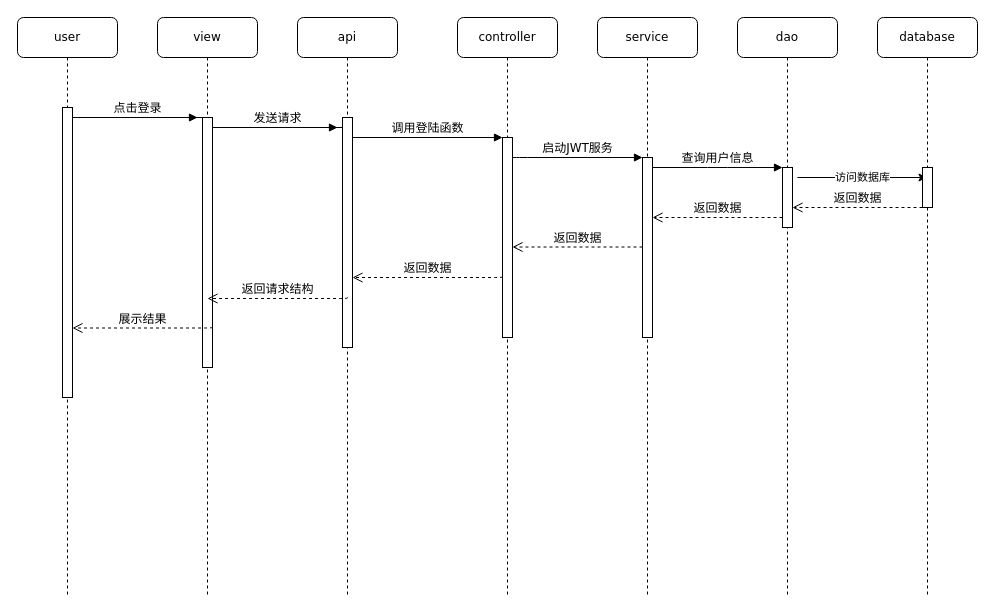
The draw.io diagram 毕业设计CQUPT/管理个人信息时序图.drawio in myjdml/drowio, before the edit. Source tidied: cells renumbered, new cells numbered last; positions are measured from the earlier drawing's top-left corner, leaving out a move shared by most shapes. Both pictures are drawn from the tidied source at 100%, with x=0, y=0 at pixel (17, 17).
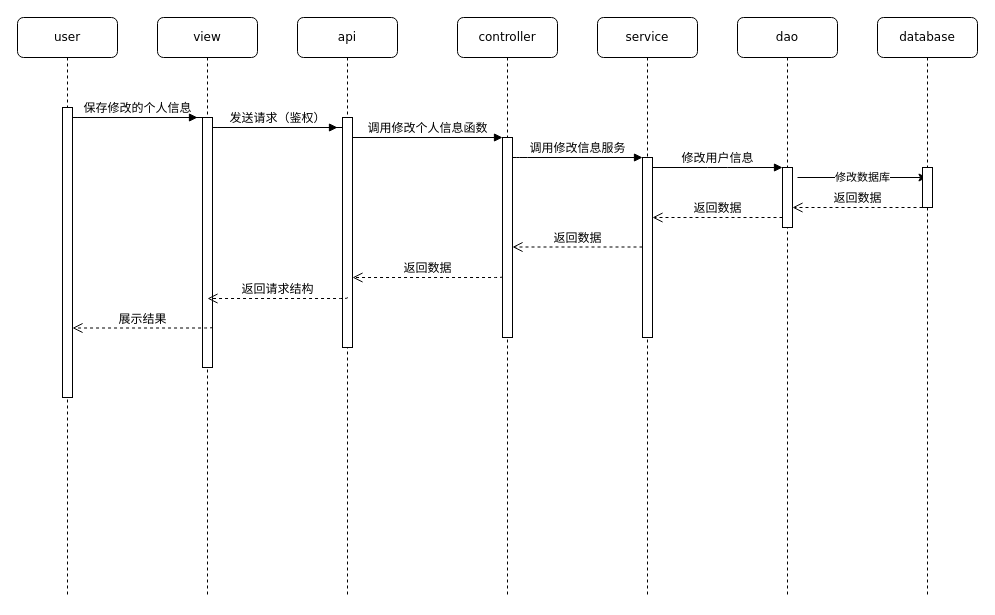
The same page after the edit.

Commit message:
更新管理个人信息时序图.drawio

The change refers to these unchanged cells:
```xml
<mxCell id="3" style="html=1;points=[];perimeter=orthogonalPerimeter;rounded=0;shadow=0;comic=0;labelBackgroundColor=none;strokeWidth=1;fontFamily=Verdana;fontSize=12;align=center;" parent="2" vertex="1">
  <mxGeometry x="45" y="100" width="10" height="230" as="geometry" />
</mxCell>
<mxCell id="6" style="html=1;points=[];perimeter=orthogonalPerimeter;rounded=0;shadow=0;comic=0;labelBackgroundColor=none;strokeWidth=1;fontFamily=Verdana;fontSize=12;align=center;" parent="5" vertex="1">
  <mxGeometry x="45" y="120" width="10" height="200" as="geometry" />
</mxCell>
<mxCell id="10" value="dao" style="shape=umlLifeline;perimeter=lifelinePerimeter;whiteSpace=wrap;html=1;rounded=1;shadow=0;comic=0;labelBackgroundColor=none;strokeWidth=1;fontFamily=Verdana;fontSize=12;align=center;" parent="1" vertex="1">
  <mxGeometry x="720" width="100" height="580" as="geometry" />
</mxCell>
<mxCell id="13" value="database" style="shape=umlLifeline;perimeter=lifelinePerimeter;whiteSpace=wrap;html=1;outlineConnect=0;rounded=1;shadow=0;comic=0;labelBackgroundColor=none;strokeWidth=1;fontFamily=Verdana;fontSize=12;align=center;" parent="1" vertex="1">
  <mxGeometry x="860" width="100" height="580" as="geometry" />
</mxCell>
<mxCell id="15" value="view" style="shape=umlLifeline;perimeter=lifelinePerimeter;whiteSpace=wrap;html=1;rounded=1;shadow=0;comic=0;labelBackgroundColor=none;strokeWidth=1;fontFamily=Verdana;fontSize=12;align=center;" parent="1" vertex="1">
  <mxGeometry x="140" width="100" height="580" as="geometry" />
</mxCell>
<mxCell id="16" style="html=1;points=[];perimeter=orthogonalPerimeter;rounded=0;shadow=0;comic=0;labelBackgroundColor=none;strokeWidth=1;fontFamily=Verdana;fontSize=12;align=center;" parent="15" vertex="1">
  <mxGeometry x="45" y="100" width="10" height="250" as="geometry" />
</mxCell>
<mxCell id="19" style="html=1;points=[];perimeter=orthogonalPerimeter;rounded=0;shadow=0;comic=0;labelBackgroundColor=none;strokeWidth=1;fontFamily=Verdana;fontSize=12;align=center;" parent="1" vertex="1">
  <mxGeometry x="625" y="140" width="10" height="180" as="geometry" />
</mxCell>
<mxCell id="21" style="html=1;points=[];perimeter=orthogonalPerimeter;rounded=0;shadow=0;comic=0;labelBackgroundColor=none;strokeWidth=1;fontFamily=Verdana;fontSize=12;align=center;" parent="1" vertex="1">
  <mxGeometry x="765" y="150" width="10" height="60" as="geometry" />
</mxCell>
```

Change to the diagram source:
```diff
@@
-    <mxCell id="11" value="访问数据库" style="endArrow=classic;html=1;rounded=0;" parent="10" edge="1" target="13">
+    <mxCell id="11" value="修改数据库" style="endArrow=classic;html=1;rounded=0;" parent="10" edge="1" target="13">
       <mxGeometry relative="1" as="geometry">
         <mxPoint x="60" y="160" as="sourcePoint" />
       </mxGeometry>
     </mxCell>
@@
-    <mxCell id="17" value="发送请求" style="html=1;verticalAlign=bottom;endArrow=block;labelBackgroundColor=none;fontFamily=Verdana;fontSize=12;edgeStyle=elbowEdgeStyle;elbow=vertical;" parent="15" edge="1">
+    <mxCell id="17" value="发送请求（鉴权）" style="html=1;verticalAlign=bottom;endArrow=block;labelBackgroundColor=none;fontFamily=Verdana;fontSize=12;edgeStyle=elbowEdgeStyle;elbow=vertical;" parent="15" edge="1">
       <mxGeometry x="0.55" relative="1" as="geometry">
         <mxPoint x="185" y="110" as="sourcePoint" />
         <mxPoint x="180" y="110" as="targetPoint" />
         <Array as="points">
           <mxPoint x="50" y="110" />
         </Array>
       </mxGeometry>
     </mxCell>
@@
-    <mxCell id="20" value="启动JWT服务" style="html=1;verticalAlign=bottom;endArrow=block;labelBackgroundColor=none;fontFamily=Verdana;fontSize=12;edgeStyle=elbowEdgeStyle;elbow=vertical;" parent="1" edge="1" source="6" target="19">
+    <mxCell id="20" value="调用修改信息服务" style="html=1;verticalAlign=bottom;endArrow=block;labelBackgroundColor=none;fontFamily=Verdana;fontSize=12;edgeStyle=elbowEdgeStyle;elbow=vertical;" parent="1" edge="1" source="6" target="19">
       <mxGeometry relative="1" as="geometry">
         <Array as="points">
           <mxPoint x="500" y="140" />
         </Array>
       </mxGeometry>
     </mxCell>
@@
-    <mxCell id="22" value="查询用户信息" style="html=1;verticalAlign=bottom;endArrow=block;entryX=0;entryY=0;labelBackgroundColor=none;fontFamily=Verdana;fontSize=12;edgeStyle=elbowEdgeStyle;elbow=vertical;" parent="1" edge="1" source="19" target="21">
+    <mxCell id="22" value="修改用户信息" style="html=1;verticalAlign=bottom;endArrow=block;entryX=0;entryY=0;labelBackgroundColor=none;fontFamily=Verdana;fontSize=12;edgeStyle=elbowEdgeStyle;elbow=vertical;" parent="1" edge="1" source="19" target="21">
       <mxGeometry relative="1" as="geometry" />
     </mxCell>
-    <mxCell id="23" value="点击登录" style="html=1;verticalAlign=bottom;endArrow=block;labelBackgroundColor=none;fontFamily=Verdana;fontSize=12;edgeStyle=elbowEdgeStyle;elbow=vertical;" parent="1" edge="1" source="16">
+    <mxCell id="23" value="保存修改的个人信息" style="html=1;verticalAlign=bottom;endArrow=block;labelBackgroundColor=none;fontFamily=Verdana;fontSize=12;edgeStyle=elbowEdgeStyle;elbow=vertical;" parent="1" edge="1" source="16">
       <mxGeometry x="0.55" relative="1" as="geometry">
         <mxPoint x="180" y="100" as="targetPoint" />
         <Array as="points">
           <mxPoint x="50" y="100" />
         </Array>
       </mxGeometry>
     </mxCell>
-    <mxCell id="24" value="调用登陆函数" style="html=1;verticalAlign=bottom;endArrow=block;entryX=0;entryY=0;labelBackgroundColor=none;fontFamily=Verdana;fontSize=12;edgeStyle=elbowEdgeStyle;elbow=vertical;" parent="1" edge="1" source="3" target="6">
+    <mxCell id="24" value="调用修改个人信息函数" style="html=1;verticalAlign=bottom;endArrow=block;entryX=0;entryY=0;labelBackgroundColor=none;fontFamily=Verdana;fontSize=12;edgeStyle=elbowEdgeStyle;elbow=vertical;" parent="1" edge="1" source="3" target="6">
       <mxGeometry relative="1" as="geometry" />
     </mxCell>
```
